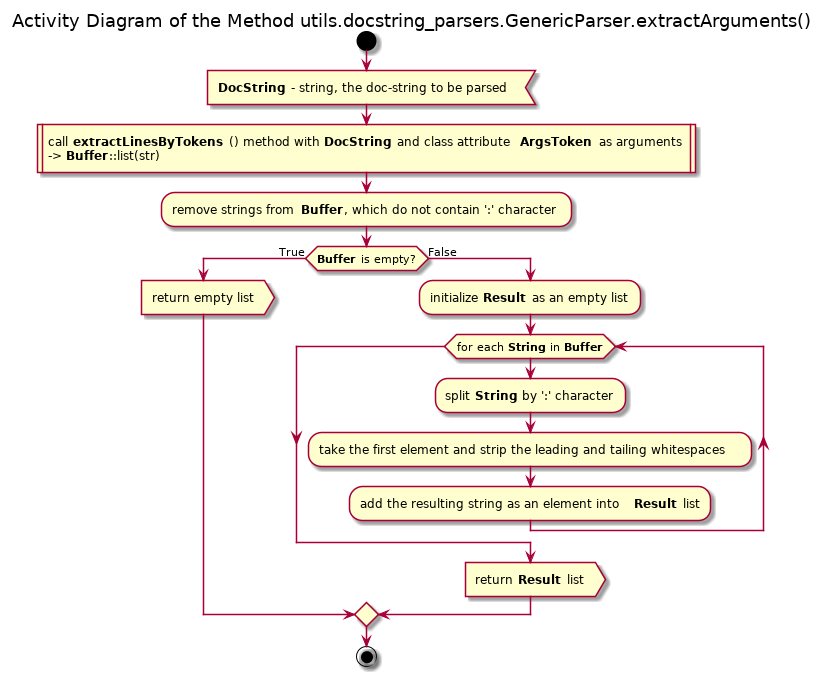
FooBarShebang/pos keeps this PlantUML diagram as Docs/UML/utils/docstring_parsers_py/GenericParser.extractArguments() Activity.png. Above is the earlier version. The source it was exported from:
```plantuml
@startuml

title Activity Diagram of the Method utils.docstring_parsers.GenericParser.extractArguments()

start

:<b>DocString</b> - string, the doc-string to be parsed<

:call <b>extractLinesByTokens</b>() method with <b>DocString</b> and class attribute <b>ArgsToken</b> as arguments
-> <b>Buffer</b>::list(str)|

:remove strings from <b>Buffer</b>, which do not contain ':' character;

if (<b>Buffer</b> is empty?) then (True)
    :return empty list>
else (False)
    :initialize <b>Result</b> as an empty list;

    while (for each <b>String</b> in <b>Buffer</b>)
        :split <b>String</b> by ':' character;

        :take the first element and strip the leading and tailing whitespaces;

        :add the resulting string as an element into <b>Result</b> list;
    end while

    :return <b>Result</b> list>
endif

stop

@enduml
```
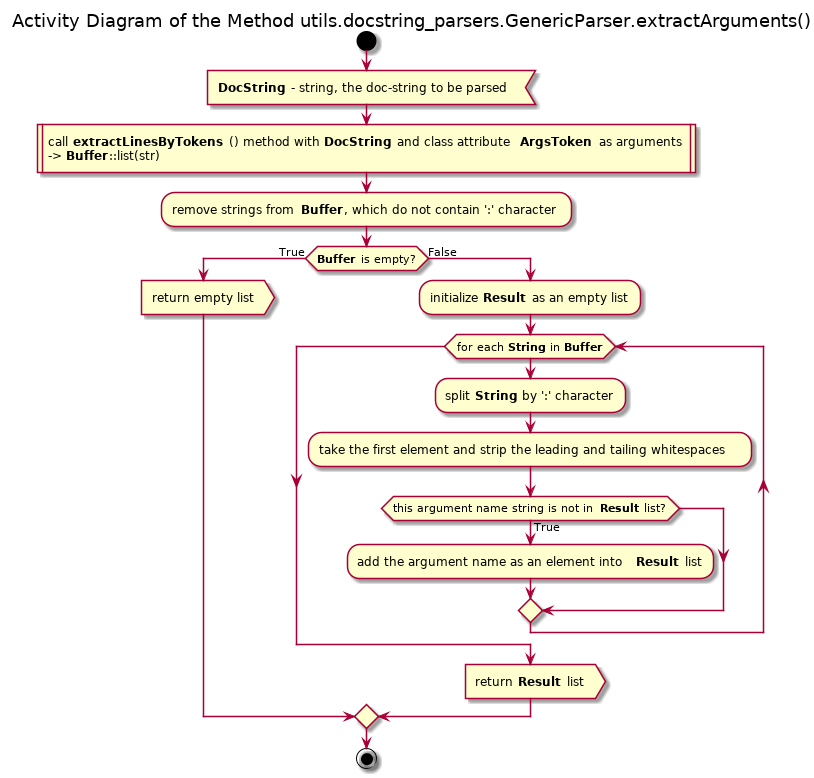
The same file after the commit.

Diff of the diagram source:
```diff
@@ -21,7 +21,9 @@
 
         :take the first element and strip the leading and tailing whitespaces;
 
-        :add the resulting string as an element into <b>Result</b> list;
+        if (this argument name string is not in <b>Result</b> list?) then (True)
+            :add the argument name as an element into <b>Result</b> list;
+        endif
     end while
 
     :return <b>Result</b> list>
```
